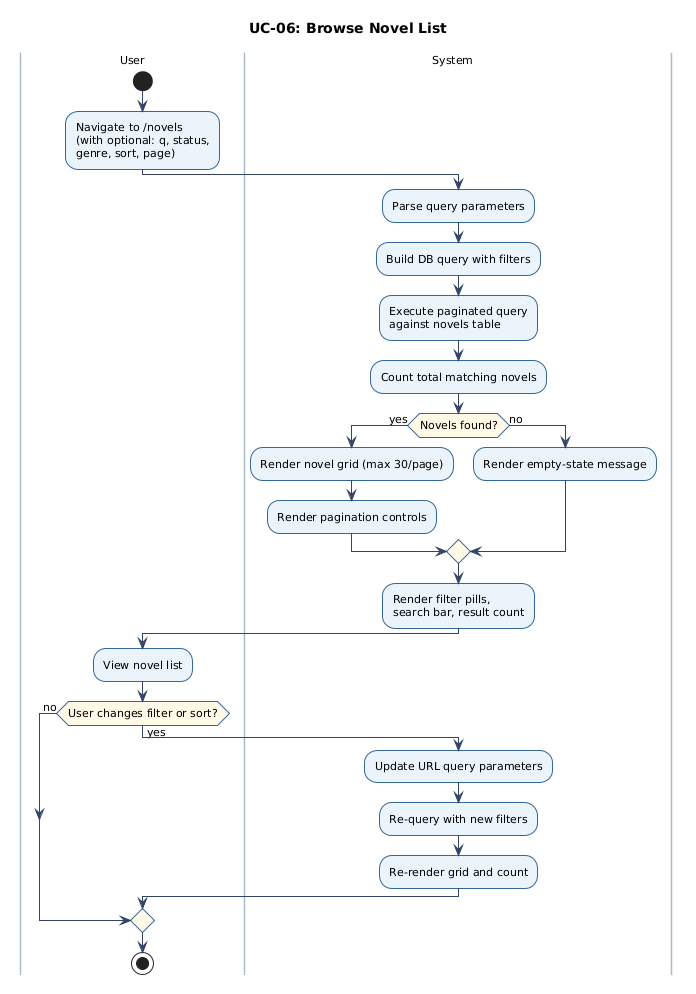
Above: docs/figures/uc-06-activity.png in chinhbmt122/Software-Architecture (PlantUML), before the change.
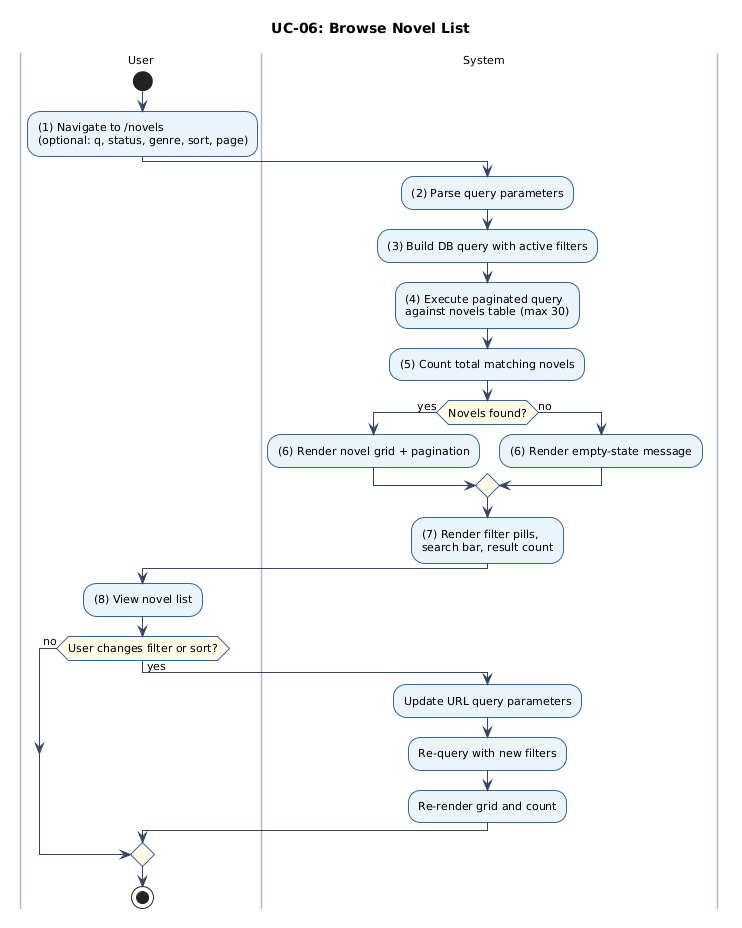
Later version of the same file.

What changed in the source:
```diff
@@ -15,21 +15,20 @@
 title UC-06: Browse Novel List
 |User|
 start
-:Navigate to /novels\n(with optional: q, status,\ngenre, sort, page);
+:(1) Navigate to /novels\n(optional: q, status, genre, sort, page);
 |System|
-:Parse query parameters;
-:Build DB query with filters;
-:Execute paginated query\nagainst novels table;
-:Count total matching novels;
+:(2) Parse query parameters;
+:(3) Build DB query with active filters;
+:(4) Execute paginated query\nagainst novels table (max 30);
+:(5) Count total matching novels;
 if (Novels found?) then (yes)
-  :Render novel grid (max 30/page);
-  :Render pagination controls;
+  :(6) Render novel grid + pagination;
 else (no)
-  :Render empty-state message;
+  :(6) Render empty-state message;
 endif
-:Render filter pills,\nsearch bar, result count;
+:(7) Render filter pills,\nsearch bar, result count;
 |User|
-:View novel list;
+:(8) View novel list;
 if (User changes filter or sort?) then (yes)
   |System|
   :Update URL query parameters;
```
